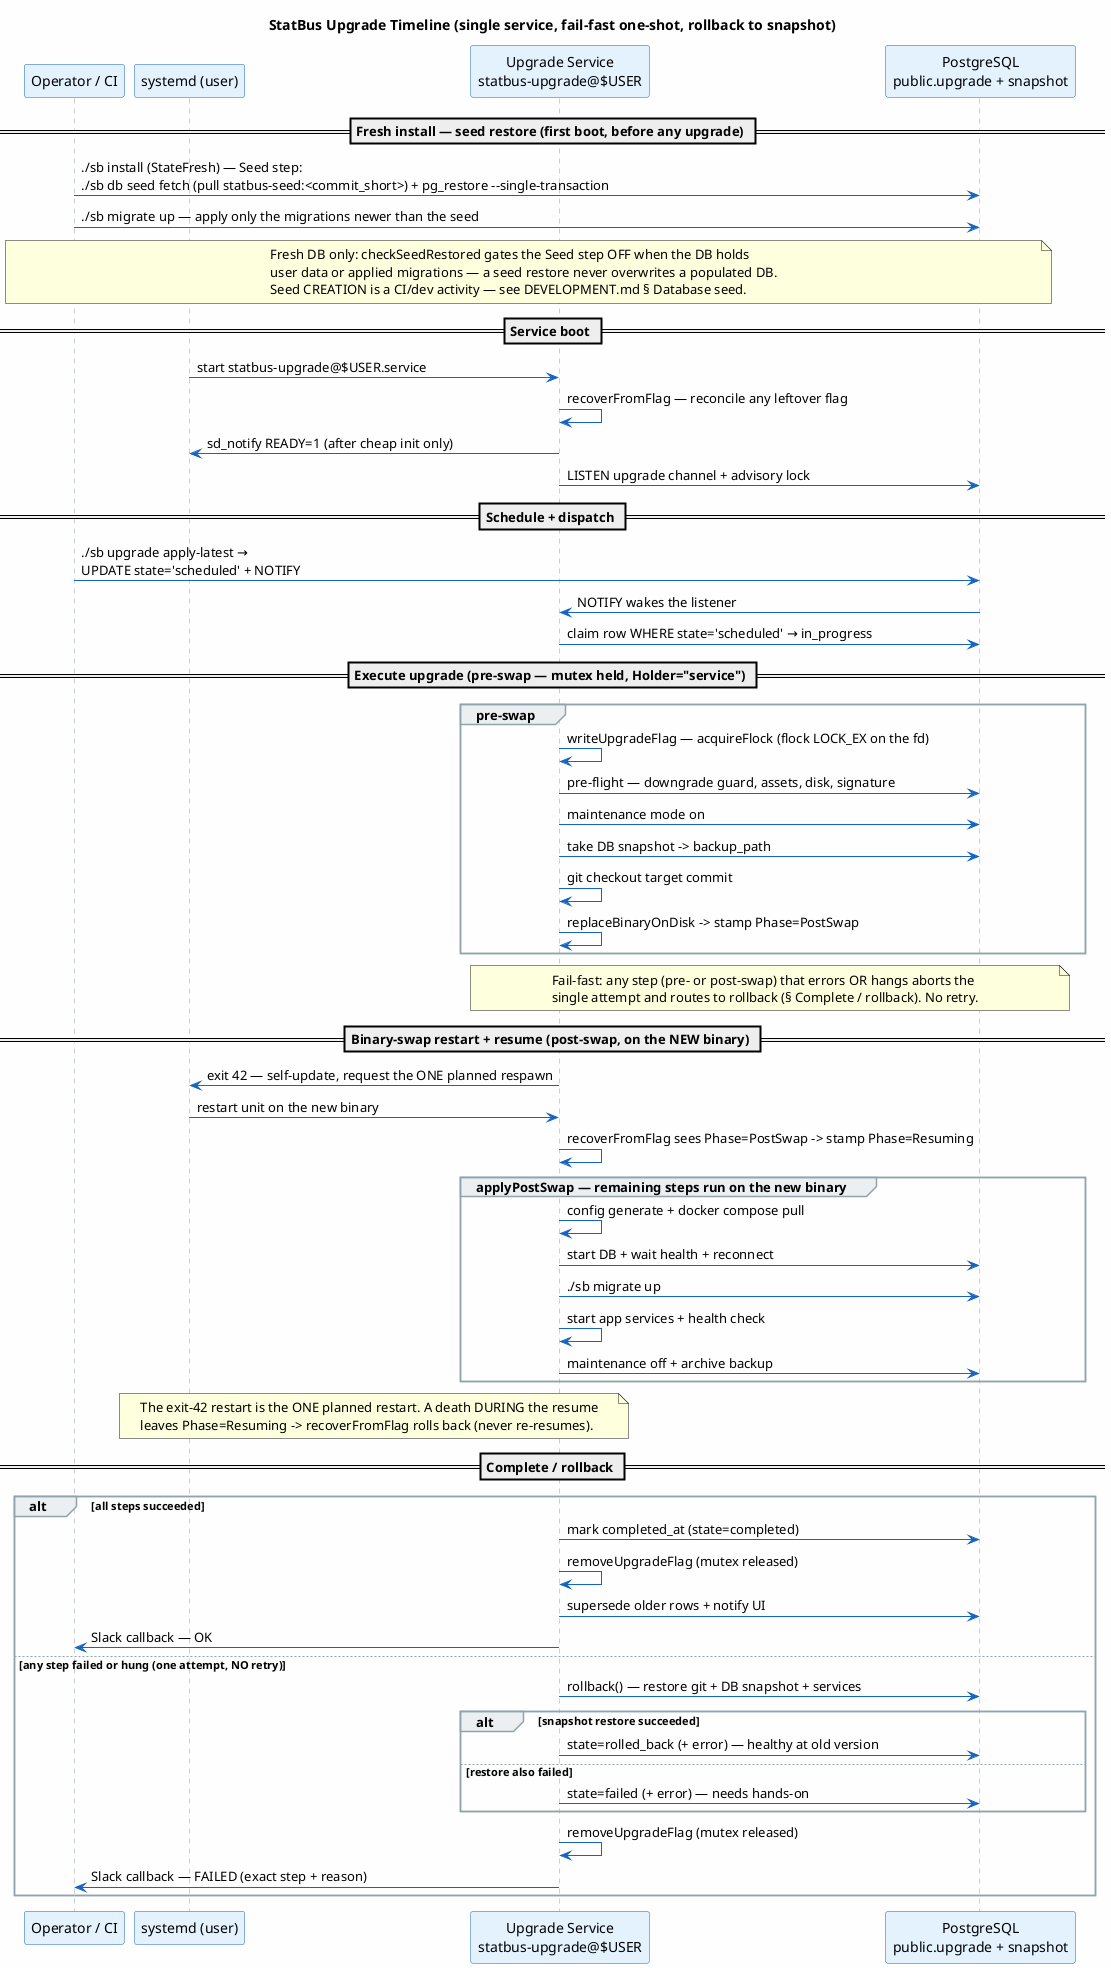
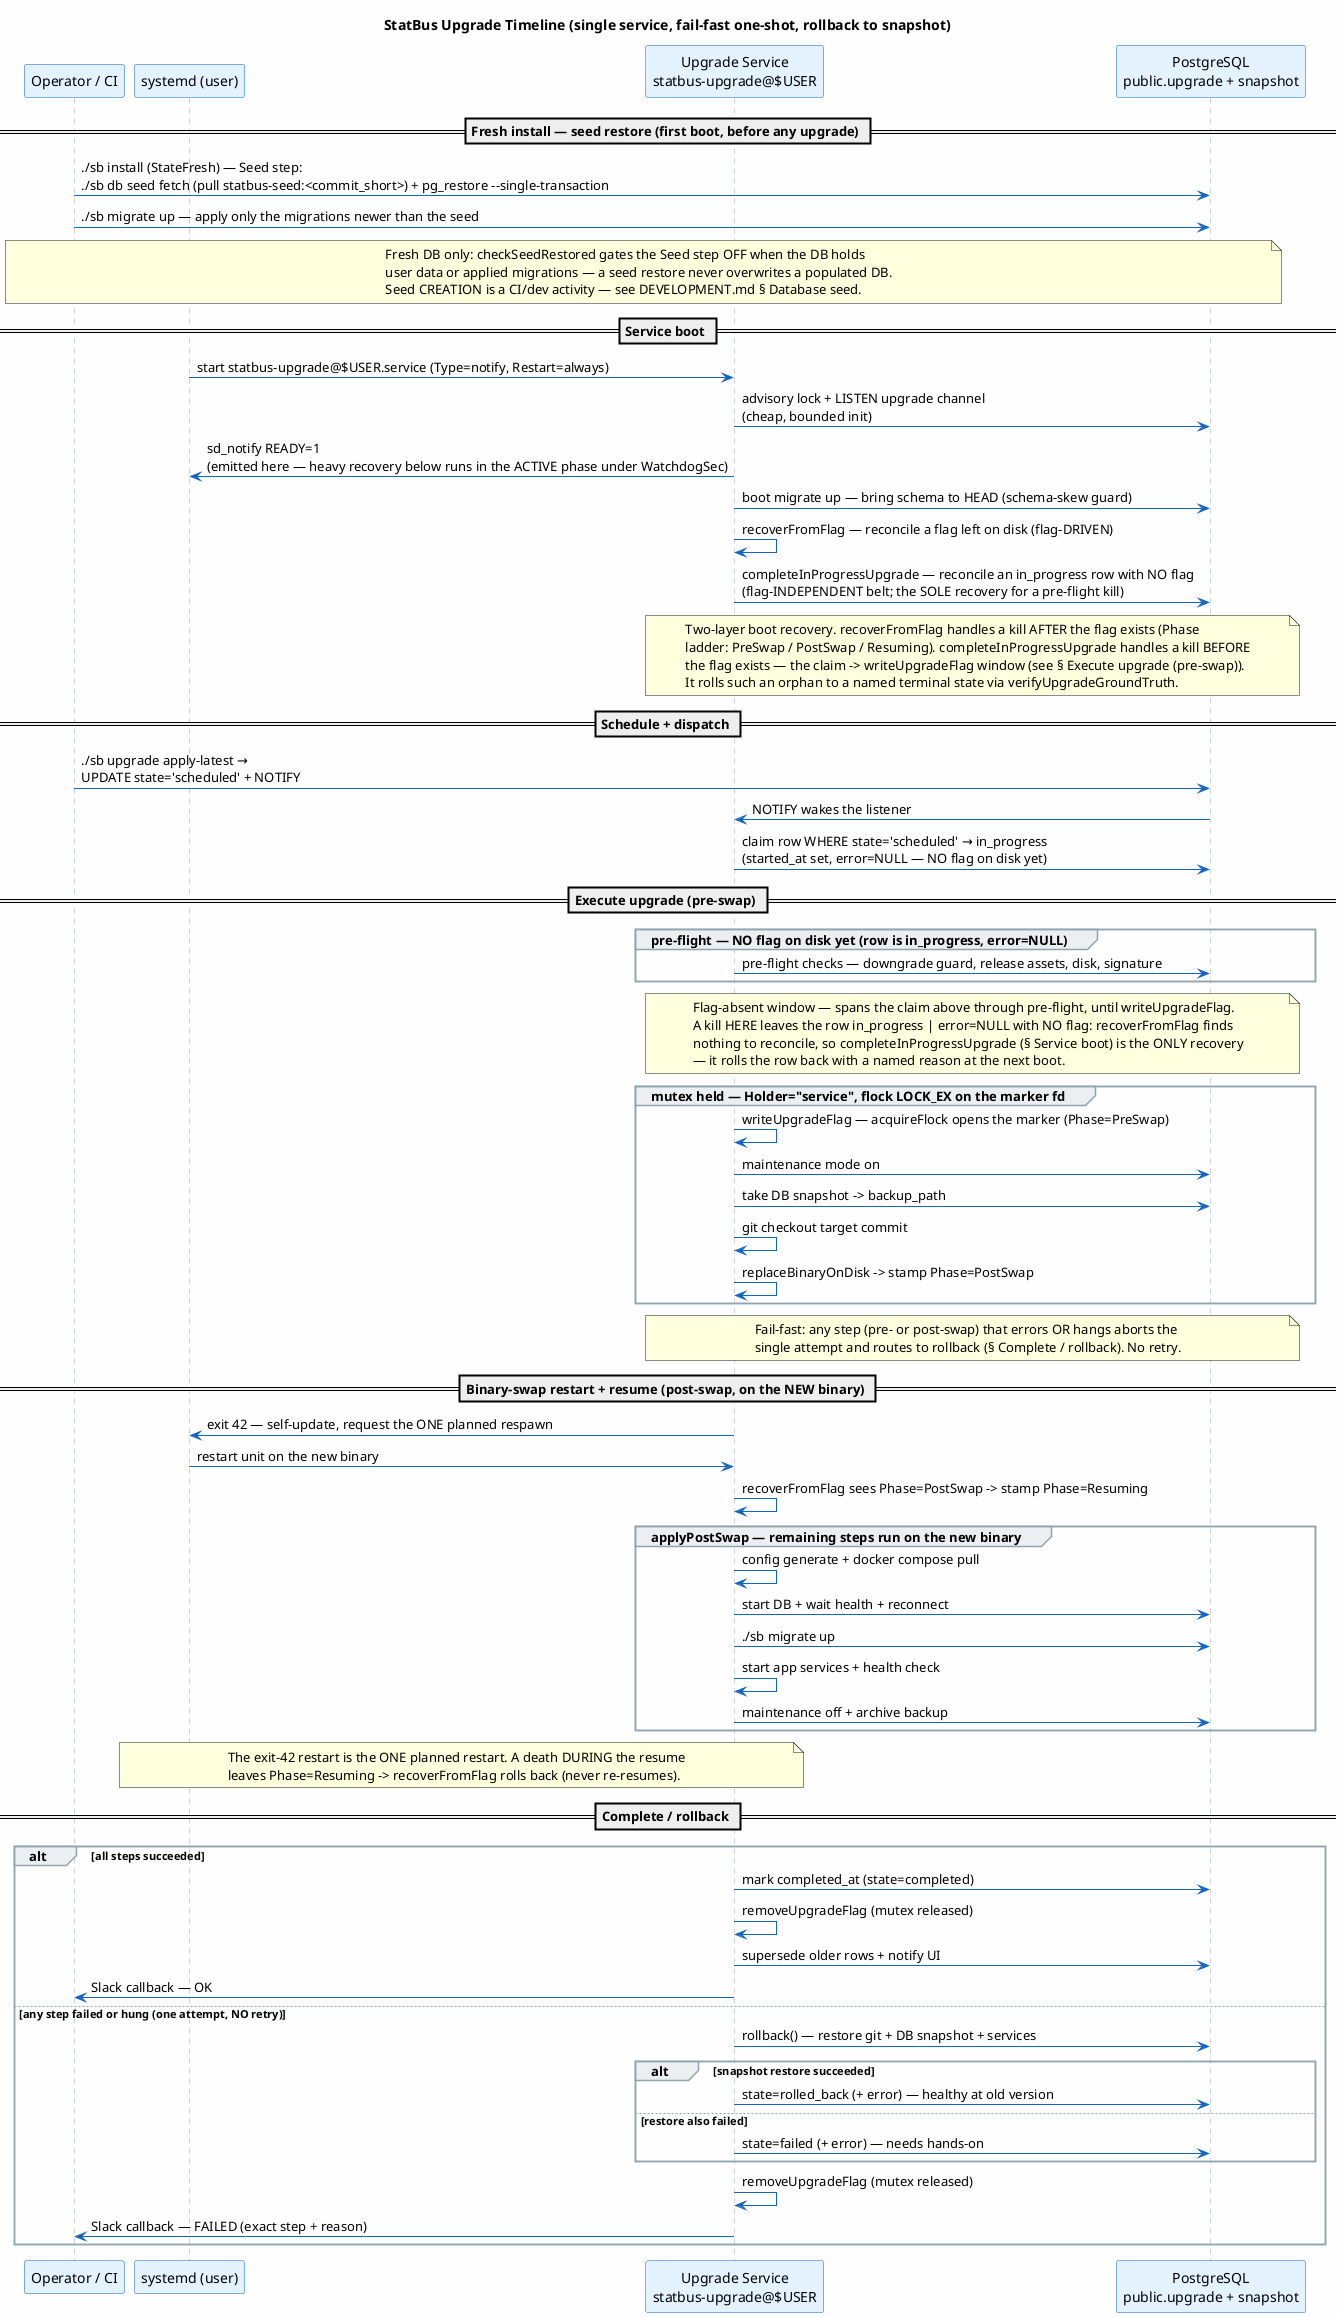
@startuml upgrade-timeline
' Authoritative sequence diagram for doc/upgrade-timeline.md.
' The `==` bands are the citable named phases — keep them in sync with the
' `##` section headers in upgrade-timeline.md so code comments can cite
' "see upgrade-timeline.md § <band>".
skinparam backgroundColor #FEFEFE
skinparam sequence {
    ArrowColor #1565C0
    LifeLineBorderColor #90A4AE
    ParticipantBorderColor #1565C0
    ParticipantBackgroundColor #E3F2FD
    GroupBackgroundColor #ECEFF1
    GroupBorderColor #90A4AE
}

title StatBus Upgrade Timeline (single service, fail-fast one-shot, rollback to snapshot)

participant "Operator / CI" as cici
participant "systemd (user)" as systemd
participant "Upgrade Service\nstatbus-upgrade@$USER" as service
participant "PostgreSQL\npublic.upgrade + snapshot" as db

== Fresh install — seed restore (first boot, before any upgrade) ==
cici -> db : ./sb install (StateFresh) — Seed step:\n./sb db seed fetch (pull statbus-seed:<commit_short>) + pg_restore --single-transaction
cici -> db : ./sb migrate up — apply only the migrations newer than the seed
note over cici, db
  Fresh DB only: checkSeedRestored gates the Seed step OFF when the DB holds
  user data or applied migrations — a seed restore never overwrites a populated DB.
  Seed CREATION is a CI/dev activity — see DEVELOPMENT.md § Database seed.
end note

== Service boot ==
- systemd -> service : start statbus-upgrade@$USER.service
- service -> service : recoverFromFlag — reconcile any leftover flag
- service -> systemd : sd_notify READY=1 (after cheap init only)
- service -> db : LISTEN upgrade channel + advisory lock
+ systemd -> service : start statbus-upgrade@$USER.service (Type=notify, Restart=always)
+ service -> db : advisory lock + LISTEN upgrade channel\n(cheap, bounded init)
+ service -> systemd : sd_notify READY=1\n(emitted here — heavy recovery below runs in the ACTIVE phase under WatchdogSec)
+ service -> db : boot migrate up — bring schema to HEAD (schema-skew guard)
+ service -> service : recoverFromFlag — reconcile a flag left on disk (flag-DRIVEN)
+ service -> db : completeInProgressUpgrade — reconcile an in_progress row with NO flag\n(flag-INDEPENDENT belt; the SOLE recovery for a pre-flight kill)
+ note over service, db
+   Two-layer boot recovery. recoverFromFlag handles a kill AFTER the flag exists (Phase
+   ladder: PreSwap / PostSwap / Resuming). completeInProgressUpgrade handles a kill BEFORE
+   the flag exists — the claim -> writeUpgradeFlag window (see § Execute upgrade (pre-swap)).
+   It rolls such an orphan to a named terminal state via verifyUpgradeGroundTruth.
+ end note

== Schedule + dispatch ==
cici -> db : ./sb upgrade apply-latest →\nUPDATE state='scheduled' + NOTIFY
db -> service : NOTIFY wakes the listener
- service -> db : claim row WHERE state='scheduled' → in_progress
+ service -> db : claim row WHERE state='scheduled' → in_progress\n(started_at set, error=NULL — NO flag on disk yet)

- == Execute upgrade (pre-swap — mutex held, Holder="service") ==
- group pre-swap
-     service -> service : writeUpgradeFlag — acquireFlock (flock LOCK_EX on the fd)
-     service -> db : pre-flight — downgrade guard, assets, disk, signature
+ == Execute upgrade (pre-swap) ==
+ group pre-flight — NO flag on disk yet (row is in_progress, error=NULL)
+     service -> db : pre-flight checks — downgrade guard, release assets, disk, signature
+ end
+ note over service, db
+   Flag-absent window — spans the claim above through pre-flight, until writeUpgradeFlag.
+   A kill HERE leaves the row in_progress | error=NULL with NO flag: recoverFromFlag finds
+   nothing to reconcile, so completeInProgressUpgrade (§ Service boot) is the ONLY recovery
+   — it rolls the row back with a named reason at the next boot.
+ end note
+ group mutex held — Holder="service", flock LOCK_EX on the marker fd
+     service -> service : writeUpgradeFlag — acquireFlock opens the marker (Phase=PreSwap)
    service -> db : maintenance mode on
    service -> db : take DB snapshot -> backup_path
    service -> service : git checkout target commit
    service -> service : replaceBinaryOnDisk -> stamp Phase=PostSwap
end
note over service, db
  Fail-fast: any step (pre- or post-swap) that errors OR hangs aborts the
  single attempt and routes to rollback (§ Complete / rollback). No retry.
end note

== Binary-swap restart + resume (post-swap, on the NEW binary) ==
service -> systemd : exit 42 — self-update, request the ONE planned respawn
systemd -> service : restart unit on the new binary
service -> service : recoverFromFlag sees Phase=PostSwap -> stamp Phase=Resuming
group applyPostSwap — remaining steps run on the new binary
    service -> service : config generate + docker compose pull
    service -> db : start DB + wait health + reconnect
    service -> db : ./sb migrate up
    service -> service : start app services + health check
    service -> db : maintenance off + archive backup
end
note over systemd, service
  The exit-42 restart is the ONE planned restart. A death DURING the resume
  leaves Phase=Resuming -> recoverFromFlag rolls back (never re-resumes).
end note

== Complete / rollback ==
alt all steps succeeded
    service -> db : mark completed_at (state=completed)
    service -> service : removeUpgradeFlag (mutex released)
    service -> db : supersede older rows + notify UI
    service -> cici : Slack callback — OK
else any step failed or hung (one attempt, NO retry)
    service -> db : rollback() — restore git + DB snapshot + services
    alt snapshot restore succeeded
        service -> db : state=rolled_back (+ error) — healthy at old version
    else restore also failed
        service -> db : state=failed (+ error) — needs hands-on
    end
    service -> service : removeUpgradeFlag (mutex released)
    service -> cici : Slack callback — FAILED (exact step + reason)
end

@enduml
